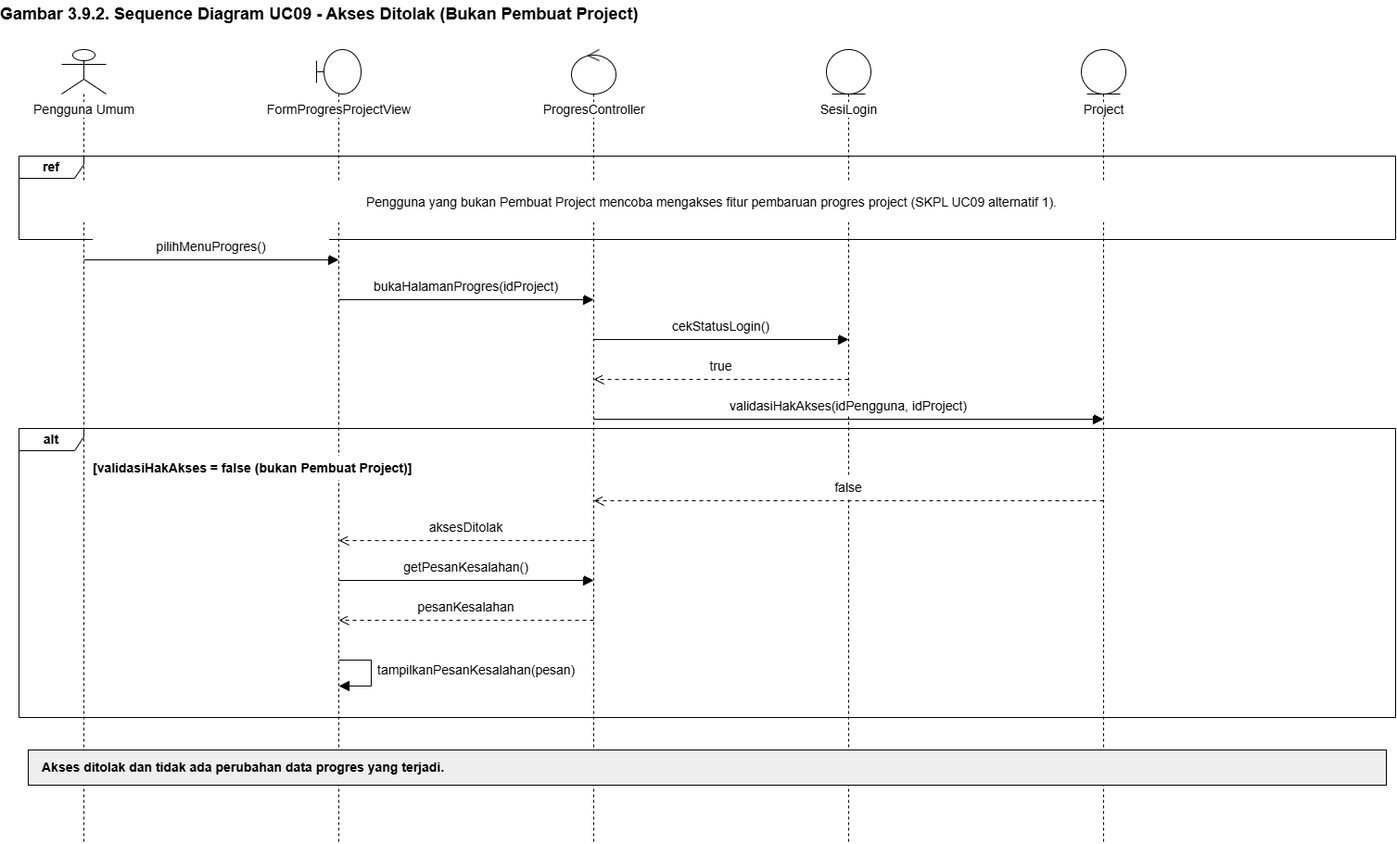
The draw.io diagram docs/M7/assets/diagram/sequence-uc09-alt1.png in Brynpamungkas/IF2150-RPL-K02-G08, before a commit. Source tidied: cells renumbered, new cells last; positions are measured from the earlier drawing's top-left corner, leaving out a move shared by most shapes. Its diagram source:
```xml
<mxGraphModel background="#FFFFFF">
  <root>
    <mxCell id="0" />
    <mxCell id="1" parent="0" />
    <mxCell id="2" value="Gambar 3.9.2. Sequence Diagram UC09 - Akses Ditolak (Bukan Pembuat Project)" style="text;html=1;strokeColor=none;fillColor=none;align=left;verticalAlign=middle;whiteSpace=wrap;overflow=visible;fontFamily=Arial;fontSize=18;fontStyle=1;spacing=0;" parent="1" vertex="1">
      <mxGeometry width="1505" height="30" as="geometry" />
    </mxCell>
    <mxCell id="3" value="Pengguna Umum" style="shape=umlLifeline;participant=umlActor;perimeter=lifelinePerimeter;whiteSpace=nowrap;html=1;verticalAlign=top;spacingTop=50;size=48;fontFamily=Arial;fontSize=14;labelBackgroundColor=#FFFFFF;fillColor=#FFFFFF;strokeColor=#000000;" parent="1" vertex="1">
      <mxGeometry x="66" y="53" width="48" height="856" as="geometry" />
    </mxCell>
    <mxCell id="4" value="FormProgresProjectView" style="shape=umlLifeline;participant=umlBoundary;perimeter=lifelinePerimeter;whiteSpace=nowrap;html=1;verticalAlign=top;spacingTop=50;size=48;fontFamily=Arial;fontSize=14;labelBackgroundColor=#FFFFFF;fillColor=#FFFFFF;strokeColor=#000000;" parent="1" vertex="1">
      <mxGeometry x="341" y="53" width="48" height="856" as="geometry" />
    </mxCell>
    <mxCell id="5" value="ProgresController" style="shape=umlLifeline;participant=umlControl;perimeter=lifelinePerimeter;whiteSpace=nowrap;html=1;verticalAlign=top;spacingTop=50;size=48;fontFamily=Arial;fontSize=14;labelBackgroundColor=#FFFFFF;fillColor=#FFFFFF;strokeColor=#000000;" parent="1" vertex="1">
      <mxGeometry x="616" y="53" width="48" height="856" as="geometry" />
    </mxCell>
    <mxCell id="6" value="SesiLogin" style="shape=umlLifeline;participant=umlEntity;perimeter=lifelinePerimeter;whiteSpace=nowrap;html=1;verticalAlign=top;spacingTop=50;size=48;fontFamily=Arial;fontSize=14;labelBackgroundColor=#FFFFFF;fillColor=#FFFFFF;strokeColor=#000000;" parent="1" vertex="1">
      <mxGeometry x="891" y="53" width="48" height="856" as="geometry" />
    </mxCell>
    <mxCell id="7" value="Project" style="shape=umlLifeline;participant=umlEntity;perimeter=lifelinePerimeter;whiteSpace=nowrap;html=1;verticalAlign=top;spacingTop=50;size=48;fontFamily=Arial;fontSize=14;labelBackgroundColor=#FFFFFF;fillColor=#FFFFFF;strokeColor=#000000;" parent="1" vertex="1">
      <mxGeometry x="1166" y="53" width="48" height="856" as="geometry" />
    </mxCell>
    <mxCell id="8" value="ref" style="shape=umlFrame;whiteSpace=wrap;html=1;width=70;height=24;fontFamily=Arial;fontSize=14;fontStyle=1;fillColor=none;strokeColor=#000000;" parent="1" vertex="1">
      <mxGeometry x="20" y="168" width="1485" height="90" as="geometry" />
    </mxCell>
    <mxCell id="9" value="Pengguna yang bukan Pembuat Project mencoba mengakses fitur pembaruan progres project (SKPL UC09 alternatif 1)." style="text;html=1;strokeColor=none;fillColor=white;align=center;verticalAlign=middle;whiteSpace=wrap;overflow=visible;fontFamily=Arial;fontSize=14;fontStyle=0;spacing=0;" parent="1" vertex="1">
      <mxGeometry x="80" y="195" width="1375" height="45" as="geometry" />
    </mxCell>
    <mxCell id="10" value="alt" style="shape=umlFrame;whiteSpace=wrap;html=1;width=70;height=24;fontFamily=Arial;fontSize=14;fontStyle=1;fillColor=none;strokeColor=#000000;" parent="1" vertex="1">
      <mxGeometry x="20" y="462" width="1485" height="312" as="geometry" />
    </mxCell>
    <mxCell id="11" value="[validasiHakAkses = false (bukan Pembuat Project)]" style="text;html=1;strokeColor=none;fillColor=white;align=left;verticalAlign=middle;whiteSpace=wrap;overflow=visible;fontFamily=Arial;fontSize=14;fontStyle=1;spacing=0;" parent="1" vertex="1">
      <mxGeometry x="100" y="492" width="450" height="26" as="geometry" />
    </mxCell>
    <mxCell id="12" style="html=1;rounded=0;endArrow=block;endFill=1;endSize=9;strokeColor=#000000;" parent="1" edge="1">
      <mxGeometry relative="1" as="geometry">
        <mxPoint x="90" y="280" as="sourcePoint" />
        <mxPoint x="365" y="280" as="targetPoint" />
      </mxGeometry>
    </mxCell>
    <mxCell id="13" value="pilihMenuProgres()" style="text;html=1;strokeColor=none;fillColor=white;align=center;verticalAlign=middle;whiteSpace=wrap;overflow=visible;fontFamily=Arial;fontSize=14;fontStyle=0;spacing=0;" parent="1" vertex="1">
      <mxGeometry x="100" y="255" width="255" height="22" as="geometry" />
    </mxCell>
    <mxCell id="14" style="html=1;rounded=0;endArrow=block;endFill=1;endSize=9;strokeColor=#000000;" parent="1" edge="1">
      <mxGeometry relative="1" as="geometry">
        <mxPoint x="365" y="323" as="sourcePoint" />
        <mxPoint x="640" y="323" as="targetPoint" />
      </mxGeometry>
    </mxCell>
    <mxCell id="15" value="bukaHalamanProgres(idProject)" style="text;html=1;strokeColor=none;fillColor=white;align=center;verticalAlign=middle;whiteSpace=wrap;overflow=visible;fontFamily=Arial;fontSize=14;fontStyle=0;spacing=0;" parent="1" vertex="1">
      <mxGeometry x="375" y="298" width="255" height="22" as="geometry" />
    </mxCell>
    <mxCell id="16" style="html=1;rounded=0;endArrow=block;endFill=1;endSize=9;strokeColor=#000000;" parent="1" edge="1">
      <mxGeometry relative="1" as="geometry">
        <mxPoint x="640" y="366" as="sourcePoint" />
        <mxPoint x="915" y="366" as="targetPoint" />
      </mxGeometry>
    </mxCell>
    <mxCell id="17" value="cekStatusLogin()" style="text;html=1;strokeColor=none;fillColor=white;align=center;verticalAlign=middle;whiteSpace=wrap;overflow=visible;fontFamily=Arial;fontSize=14;fontStyle=0;spacing=0;" parent="1" vertex="1">
      <mxGeometry x="650" y="341" width="255" height="22" as="geometry" />
    </mxCell>
    <mxCell id="18" style="html=1;rounded=0;endArrow=open;endFill=0;endSize=9;strokeColor=#000000;dashed=1;dashPattern=4 4;" parent="1" edge="1">
      <mxGeometry relative="1" as="geometry">
        <mxPoint x="915" y="409" as="sourcePoint" />
        <mxPoint x="640" y="409" as="targetPoint" />
      </mxGeometry>
    </mxCell>
    <mxCell id="19" value="true" style="text;html=1;strokeColor=none;fillColor=white;align=center;verticalAlign=middle;whiteSpace=wrap;overflow=visible;fontFamily=Arial;fontSize=14;fontStyle=0;spacing=0;" parent="1" vertex="1">
      <mxGeometry x="650" y="384" width="255" height="22" as="geometry" />
    </mxCell>
    <mxCell id="20" style="html=1;rounded=0;endArrow=block;endFill=1;endSize=9;strokeColor=#000000;" parent="1" edge="1">
      <mxGeometry relative="1" as="geometry">
        <mxPoint x="640" y="452" as="sourcePoint" />
        <mxPoint x="1190" y="452" as="targetPoint" />
      </mxGeometry>
    </mxCell>
    <mxCell id="21" value="validasiHakAkses(idPengguna, idProject)" style="text;html=1;strokeColor=none;fillColor=white;align=center;verticalAlign=middle;whiteSpace=wrap;overflow=visible;fontFamily=Arial;fontSize=14;fontStyle=0;spacing=0;" parent="1" vertex="1">
      <mxGeometry x="650" y="427" width="530" height="22" as="geometry" />
    </mxCell>
    <mxCell id="22" style="html=1;rounded=0;endArrow=open;endFill=0;endSize=9;strokeColor=#000000;dashed=1;dashPattern=4 4;" parent="1" edge="1">
      <mxGeometry relative="1" as="geometry">
        <mxPoint x="1190" y="540" as="sourcePoint" />
        <mxPoint x="640" y="540" as="targetPoint" />
      </mxGeometry>
    </mxCell>
    <mxCell id="23" value="false" style="text;html=1;strokeColor=none;fillColor=white;align=center;verticalAlign=middle;whiteSpace=wrap;overflow=visible;fontFamily=Arial;fontSize=14;fontStyle=0;spacing=0;" parent="1" vertex="1">
      <mxGeometry x="650" y="515" width="530" height="22" as="geometry" />
    </mxCell>
    <mxCell id="24" style="html=1;rounded=0;endArrow=open;endFill=0;endSize=9;strokeColor=#000000;dashed=1;dashPattern=4 4;" parent="1" edge="1">
      <mxGeometry relative="1" as="geometry">
        <mxPoint x="640" y="583" as="sourcePoint" />
        <mxPoint x="365" y="583" as="targetPoint" />
      </mxGeometry>
    </mxCell>
    <mxCell id="25" value="aksesDitolak" style="text;html=1;strokeColor=none;fillColor=white;align=center;verticalAlign=middle;whiteSpace=wrap;overflow=visible;fontFamily=Arial;fontSize=14;fontStyle=0;spacing=0;" parent="1" vertex="1">
      <mxGeometry x="375" y="558" width="255" height="22" as="geometry" />
    </mxCell>
    <mxCell id="26" style="html=1;rounded=0;endArrow=block;endFill=1;endSize=9;strokeColor=#000000;" parent="1" edge="1">
      <mxGeometry relative="1" as="geometry">
        <mxPoint x="365" y="626" as="sourcePoint" />
        <mxPoint x="640" y="626" as="targetPoint" />
      </mxGeometry>
    </mxCell>
    <mxCell id="27" value="getPesanKesalahan()" style="text;html=1;strokeColor=none;fillColor=white;align=center;verticalAlign=middle;whiteSpace=wrap;overflow=visible;fontFamily=Arial;fontSize=14;fontStyle=0;spacing=0;" parent="1" vertex="1">
      <mxGeometry x="375" y="601" width="255" height="22" as="geometry" />
    </mxCell>
    <mxCell id="28" style="html=1;rounded=0;endArrow=open;endFill=0;endSize=9;strokeColor=#000000;dashed=1;dashPattern=4 4;" parent="1" edge="1">
      <mxGeometry relative="1" as="geometry">
        <mxPoint x="640" y="669" as="sourcePoint" />
        <mxPoint x="365" y="669" as="targetPoint" />
      </mxGeometry>
    </mxCell>
    <mxCell id="29" value="pesanKesalahan" style="text;html=1;strokeColor=none;fillColor=white;align=center;verticalAlign=middle;whiteSpace=wrap;overflow=visible;fontFamily=Arial;fontSize=14;fontStyle=0;spacing=0;" parent="1" vertex="1">
      <mxGeometry x="375" y="644" width="255" height="22" as="geometry" />
    </mxCell>
    <mxCell id="30" style="html=1;rounded=0;endArrow=block;endFill=1;endSize=9;strokeColor=#000000;" parent="1" edge="1">
      <mxGeometry relative="1" as="geometry">
        <mxPoint x="365" y="712" as="sourcePoint" />
        <mxPoint x="365" y="740" as="targetPoint" />
        <Array as="points">
          <mxPoint x="400" y="712" />
          <mxPoint x="400" y="740" />
        </Array>
      </mxGeometry>
    </mxCell>
    <mxCell id="31" value="tampilkanPesanKesalahan(pesan)" style="text;html=1;strokeColor=none;fillColor=none;align=left;verticalAlign=middle;whiteSpace=wrap;overflow=visible;fontFamily=Arial;fontSize=14;fontStyle=0;spacing=0;" parent="1" vertex="1">
      <mxGeometry x="407" y="707" width="230" height="32" as="geometry" />
    </mxCell>
    <mxCell id="32" style="rounded=0;whiteSpace=wrap;html=1;fillColor=#EEEEEE;strokeColor=#000000;" parent="1" vertex="1">
      <mxGeometry x="30" y="809" width="1465" height="38" as="geometry" />
    </mxCell>
    <mxCell id="33" value="Akses ditolak dan tidak ada perubahan data progres yang terjadi." style="text;html=1;strokeColor=none;fillColor=none;align=left;verticalAlign=middle;whiteSpace=wrap;overflow=visible;fontFamily=Arial;fontSize=14;fontStyle=1;spacing=0;" parent="1" vertex="1">
      <mxGeometry x="45" y="813" width="1435" height="30" as="geometry" />
    </mxCell>
  </root>
</mxGraphModel>
```
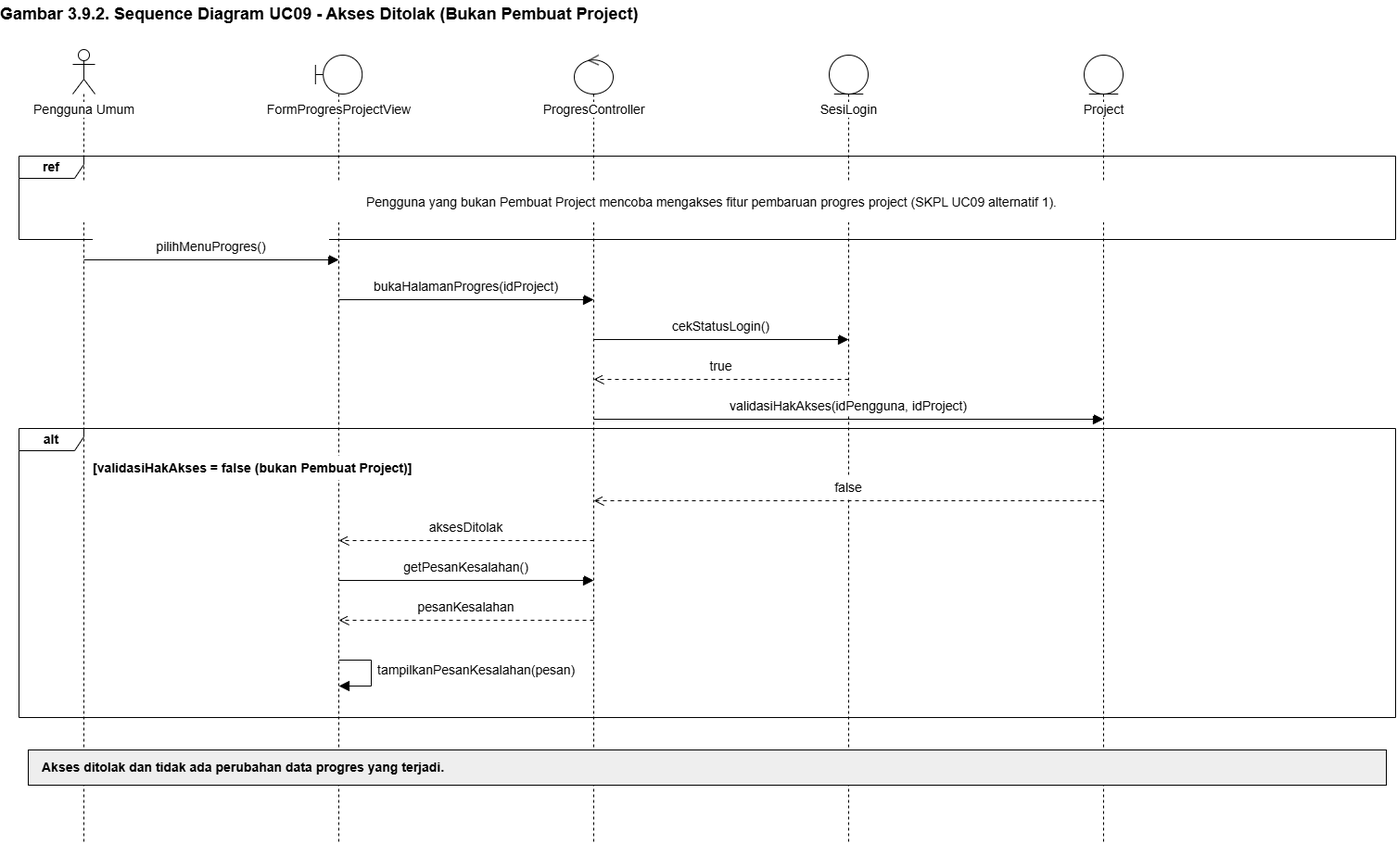
The same diagram one commit later.

Commit message:
assets: add sequence diagram 3.8-3.10

Diff of the diagram source:
```diff
@@ -6,19 +6,19 @@
       <mxGeometry width="1505" height="30" as="geometry" />
     </mxCell>
     <mxCell id="3" value="Pengguna Umum" style="shape=umlLifeline;participant=umlActor;perimeter=lifelinePerimeter;whiteSpace=nowrap;html=1;verticalAlign=top;spacingTop=50;size=48;fontFamily=Arial;fontSize=14;labelBackgroundColor=#FFFFFF;fillColor=#FFFFFF;strokeColor=#000000;" parent="1" vertex="1">
-      <mxGeometry x="66" y="53" width="48" height="856" as="geometry" />
+      <mxGeometry x="78" y="53" width="24" height="856" as="geometry" />
     </mxCell>
-    <mxCell id="4" value="FormProgresProjectView" style="shape=umlLifeline;participant=umlBoundary;perimeter=lifelinePerimeter;whiteSpace=nowrap;html=1;verticalAlign=top;spacingTop=50;size=48;fontFamily=Arial;fontSize=14;labelBackgroundColor=#FFFFFF;fillColor=#FFFFFF;strokeColor=#000000;" parent="1" vertex="1">
-      <mxGeometry x="341" y="53" width="48" height="856" as="geometry" />
+    <mxCell id="4" value="FormProgresProjectView" style="shape=umlLifeline;participant=umlBoundary;perimeter=lifelinePerimeter;whiteSpace=nowrap;html=1;verticalAlign=top;spacingTop=44;size=42;fontFamily=Arial;fontSize=14;labelBackgroundColor=#FFFFFF;fillColor=#FFFFFF;strokeColor=#000000;" parent="1" vertex="1">
+      <mxGeometry x="339.8" y="59" width="50.4" height="850" as="geometry" />
     </mxCell>
-    <mxCell id="5" value="ProgresController" style="shape=umlLifeline;participant=umlControl;perimeter=lifelinePerimeter;whiteSpace=nowrap;html=1;verticalAlign=top;spacingTop=50;size=48;fontFamily=Arial;fontSize=14;labelBackgroundColor=#FFFFFF;fillColor=#FFFFFF;strokeColor=#000000;" parent="1" vertex="1">
-      <mxGeometry x="616" y="53" width="48" height="856" as="geometry" />
+    <mxCell id="5" value="ProgresController" style="shape=umlLifeline;participant=umlControl;perimeter=lifelinePerimeter;whiteSpace=nowrap;html=1;verticalAlign=top;spacingTop=44;size=42;fontFamily=Arial;fontSize=14;labelBackgroundColor=#FFFFFF;fillColor=#FFFFFF;strokeColor=#000000;" parent="1" vertex="1">
+      <mxGeometry x="619" y="59" width="42" height="850" as="geometry" />
     </mxCell>
-    <mxCell id="6" value="SesiLogin" style="shape=umlLifeline;participant=umlEntity;perimeter=lifelinePerimeter;whiteSpace=nowrap;html=1;verticalAlign=top;spacingTop=50;size=48;fontFamily=Arial;fontSize=14;labelBackgroundColor=#FFFFFF;fillColor=#FFFFFF;strokeColor=#000000;" parent="1" vertex="1">
-      <mxGeometry x="891" y="53" width="48" height="856" as="geometry" />
+    <mxCell id="6" value="SesiLogin" style="shape=umlLifeline;participant=umlEntity;perimeter=lifelinePerimeter;whiteSpace=nowrap;html=1;verticalAlign=top;spacingTop=44;size=42;fontFamily=Arial;fontSize=14;labelBackgroundColor=#FFFFFF;fillColor=#FFFFFF;strokeColor=#000000;" parent="1" vertex="1">
+      <mxGeometry x="894" y="59" width="42" height="850" as="geometry" />
     </mxCell>
-    <mxCell id="7" value="Project" style="shape=umlLifeline;participant=umlEntity;perimeter=lifelinePerimeter;whiteSpace=nowrap;html=1;verticalAlign=top;spacingTop=50;size=48;fontFamily=Arial;fontSize=14;labelBackgroundColor=#FFFFFF;fillColor=#FFFFFF;strokeColor=#000000;" parent="1" vertex="1">
-      <mxGeometry x="1166" y="53" width="48" height="856" as="geometry" />
+    <mxCell id="7" value="Project" style="shape=umlLifeline;participant=umlEntity;perimeter=lifelinePerimeter;whiteSpace=nowrap;html=1;verticalAlign=top;spacingTop=44;size=42;fontFamily=Arial;fontSize=14;labelBackgroundColor=#FFFFFF;fillColor=#FFFFFF;strokeColor=#000000;" parent="1" vertex="1">
+      <mxGeometry x="1169" y="59" width="42" height="850" as="geometry" />
     </mxCell>
     <mxCell id="8" value="ref" style="shape=umlFrame;whiteSpace=wrap;html=1;width=70;height=24;fontFamily=Arial;fontSize=14;fontStyle=1;fillColor=none;strokeColor=#000000;" parent="1" vertex="1">
       <mxGeometry x="20" y="168" width="1485" height="90" as="geometry" />
```
